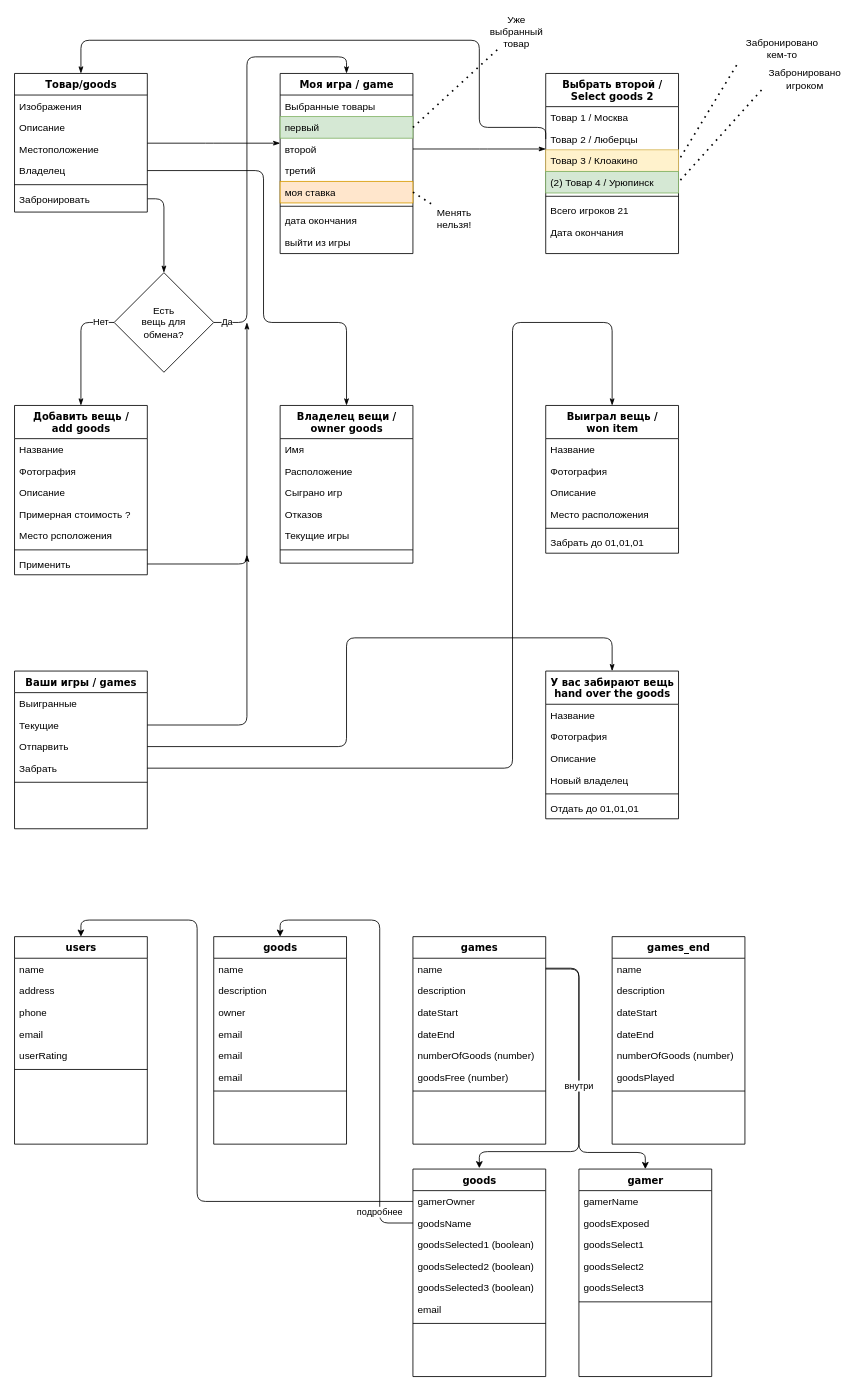
This is Untitled Diagram.drawio from hazik76/Transmit, a draw.io file, before an edit. Source tidied: cells renumbered, new cells numbered last; positions are measured from the earlier drawing's top-left corner, leaving out a move shared by most shapes. Both pictures are drawn from the tidied source at 83%, with x=0, y=0 at pixel (14, 15).
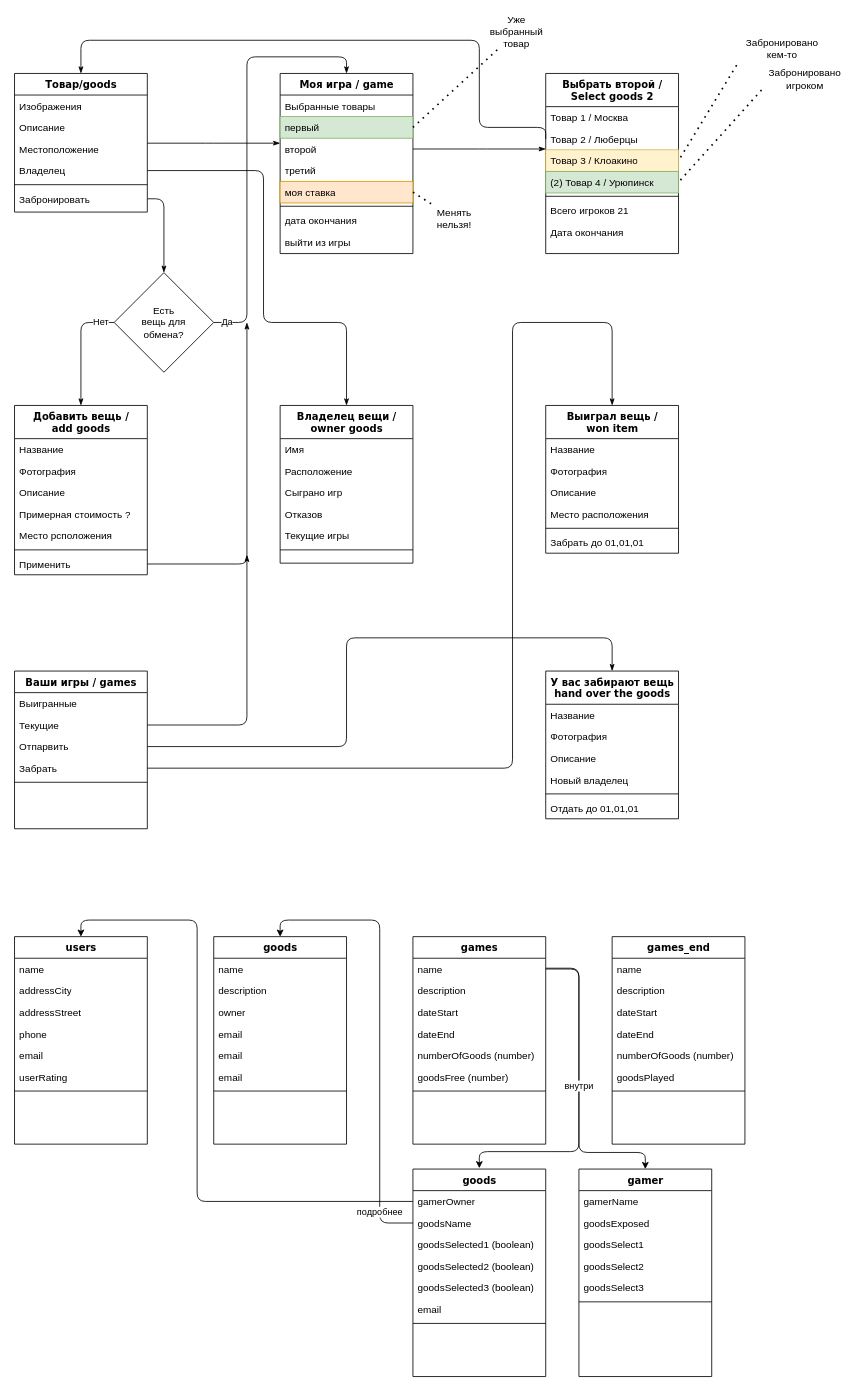
Above is the later version.

The change refers to these unchanged cells:
```xml
<mxCell id="84" value="users" style="swimlane;html=1;fontStyle=1;align=center;verticalAlign=top;horizontal=1;startSize=26;swimlaneFillColor=#ffffff;rounded=0;shadow=0;comic=0;labelBackgroundColor=none;strokeWidth=1;fillColor=none;fontFamily=Verdana;fontSize=12;" parent="1" vertex="1">
  <mxGeometry y="1110" width="160" height="250" as="geometry" />
</mxCell>
```

Change to the diagram source:
```diff
@@
-    <mxCell id="86" value="address" style="text;html=1;strokeColor=none;fillColor=none;align=left;verticalAlign=top;spacingLeft=4;spacingRight=4;whiteSpace=wrap;overflow=hidden;" parent="84" vertex="1">
+    <mxCell id="86" value="addressCity" style="text;html=1;strokeColor=none;fillColor=none;align=left;verticalAlign=top;spacingLeft=4;spacingRight=4;whiteSpace=wrap;overflow=hidden;" parent="84" vertex="1">
       <mxGeometry y="52" width="160" height="26" as="geometry" />
     </mxCell>
+    <mxCell id="135" value="addressStreet" style="text;html=1;strokeColor=none;fillColor=none;align=left;verticalAlign=top;spacingLeft=4;spacingRight=4;whiteSpace=wrap;overflow=hidden;" parent="84" vertex="1">
+      <mxGeometry y="78" width="160" height="26" as="geometry" />
+    </mxCell>
     <mxCell id="87" value="phone" style="text;html=1;strokeColor=none;fillColor=none;align=left;verticalAlign=top;spacingLeft=4;spacingRight=4;whiteSpace=wrap;overflow=hidden;" parent="84" vertex="1">
-      <mxGeometry y="78" width="160" height="26" as="geometry" />
+      <mxGeometry y="104" width="160" height="26" as="geometry" />
     </mxCell>
     <mxCell id="88" value="email" style="text;html=1;strokeColor=none;fillColor=none;align=left;verticalAlign=top;spacingLeft=4;spacingRight=4;whiteSpace=wrap;overflow=hidden;" parent="84" vertex="1">
-      <mxGeometry y="104" width="160" height="26" as="geometry" />
+      <mxGeometry y="130" width="160" height="26" as="geometry" />
     </mxCell>
     <mxCell id="89" value="userRating" style="text;html=1;strokeColor=none;fillColor=none;align=left;verticalAlign=top;spacingLeft=4;spacingRight=4;whiteSpace=wrap;overflow=hidden;" parent="84" vertex="1">
-      <mxGeometry y="130" width="160" height="26" as="geometry" />
+      <mxGeometry y="156" width="160" height="26" as="geometry" />
     </mxCell>
     <mxCell id="90" style="line;html=1;strokeWidth=1;fillColor=none;align=left;verticalAlign=middle;spacingTop=-1;spacingLeft=3;spacingRight=3;labelPosition=right;" parent="84" vertex="1">
-      <mxGeometry y="156" width="160" height="8" as="geometry" />
+      <mxGeometry y="182" width="160" height="8" as="geometry" />
     </mxCell>
```
